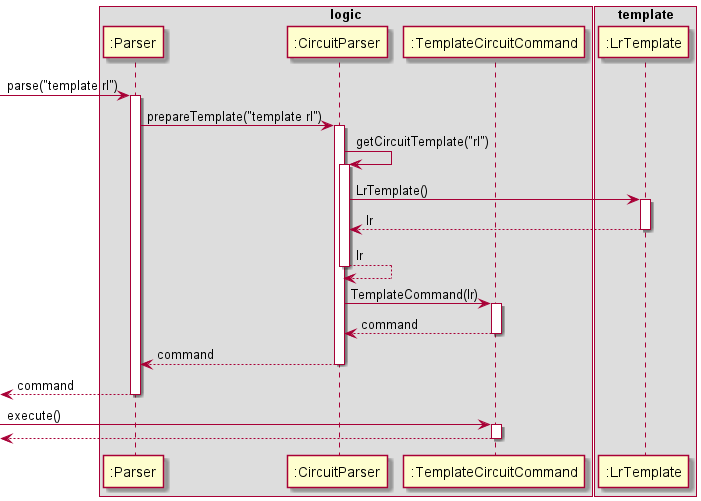
This is docs/diagrams/TemplateSequenceDiagram.png from sevenseasofbri/tp, a PlantUML export, as it was before one commit.
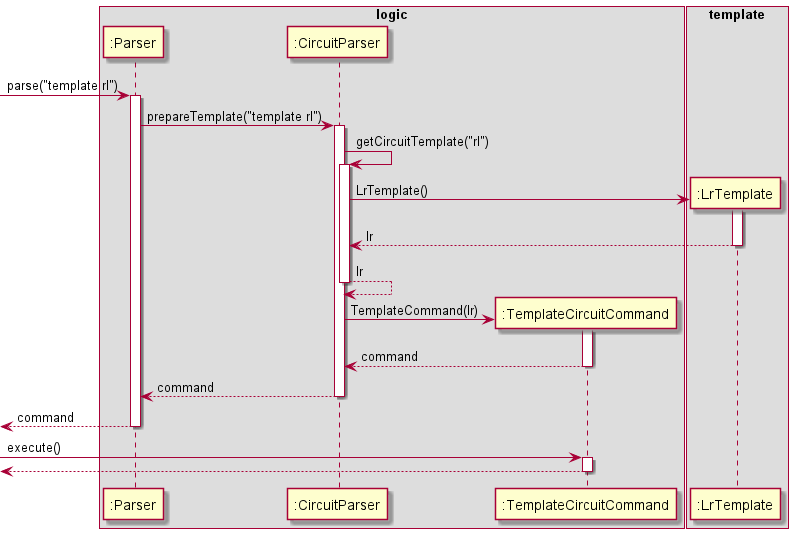
After the change.

Diff of the diagram source:
```diff
@@ -18,6 +18,7 @@
 Circuit -> Circuit : getCircuitTemplate("rl")
 activate Circuit
 
+create LrTemplate
 Circuit -> LrTemplate : LrTemplate()
 activate LrTemplate
 
@@ -27,6 +28,7 @@
 Circuit <-- Circuit : lr
 deactivate Circuit
 
+create Template
 Circuit -> Template : TemplateCommand(lr)
 activate Template
 
```
